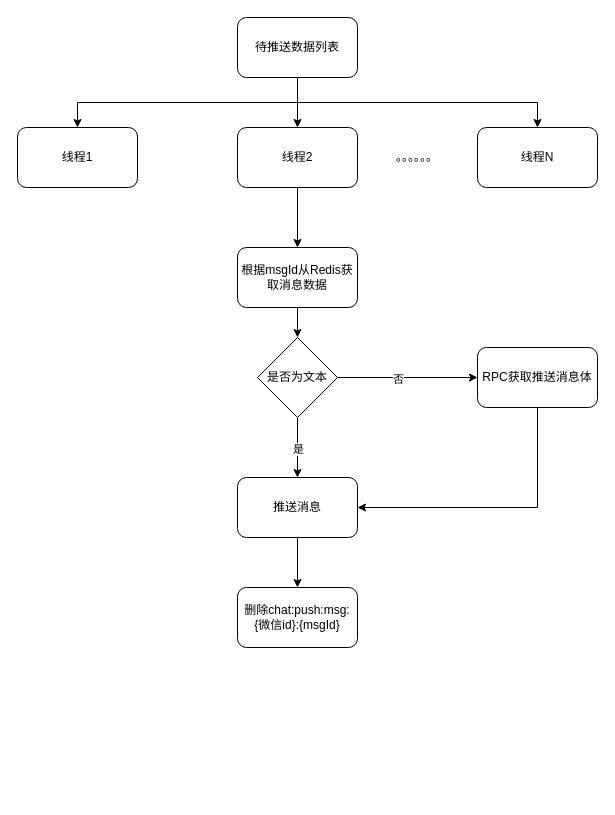
Earlier version of the draw.io diagram miyuan/推送流程.drawio (smallleaf/draw.io). Source tidied: cells renumbered, new cells numbered last; positions are measured from the earlier drawing's top-left corner, leaving out a move shared by most shapes. Both pictures are drawn from the tidied source at 100%, with x=0, y=0 at pixel (17, 17).
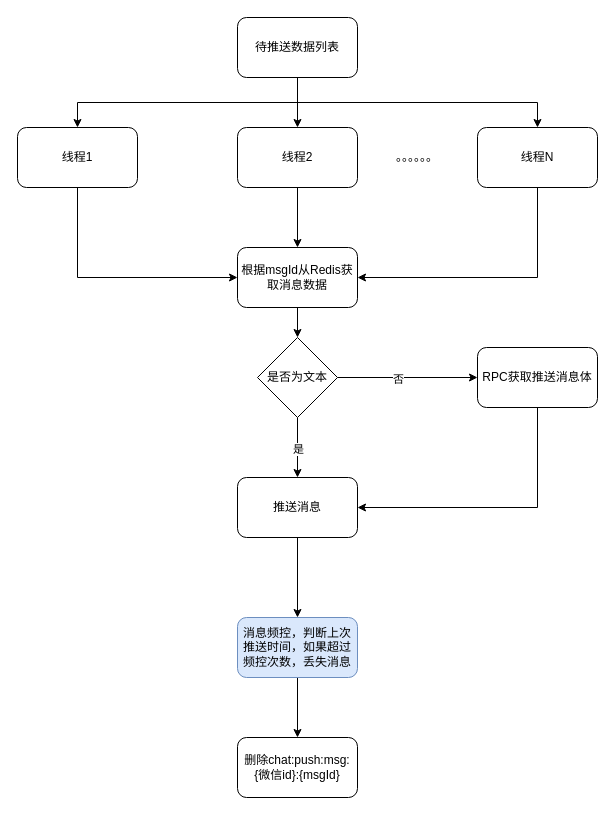
After the change.

Commit message:
更新推送流程.drawio

The change refers to these unchanged cells:
```xml
<mxCell id="6" value="线程1" style="rounded=1;whiteSpace=wrap;html=1;" parent="1" vertex="1">
  <mxGeometry y="110" width="120" height="60" as="geometry" />
</mxCell>
<mxCell id="9" value="线程N" style="rounded=1;whiteSpace=wrap;html=1;" parent="1" vertex="1">
  <mxGeometry x="460" y="110" width="120" height="60" as="geometry" />
</mxCell>
<mxCell id="12" value="根据msgId从Redis获取消息数据" style="rounded=1;whiteSpace=wrap;html=1;" parent="1" vertex="1">
  <mxGeometry x="220" y="230" width="120" height="60" as="geometry" />
</mxCell>
<mxCell id="21" value="推送消息" style="rounded=1;whiteSpace=wrap;html=1;" parent="1" vertex="1">
  <mxGeometry x="220" y="460" width="120" height="60" as="geometry" />
</mxCell>
```

What changed in the source:
```diff
@@
+    <mxCell id="23" style="edgeStyle=orthogonalEdgeStyle;rounded=0;jettySize=auto;html=1;exitX=0.5;exitY=1;exitDx=0;exitDy=0;entryX=0;entryY=0.5;entryDx=0;entryDy=0;" parent="1" edge="1" source="6" target="12">
+      <mxGeometry relative="1" as="geometry" />
+    </mxCell>
@@
+    <mxCell id="24" style="edgeStyle=orthogonalEdgeStyle;rounded=0;jettySize=auto;html=1;exitX=0.5;exitY=1;exitDx=0;exitDy=0;entryX=1;entryY=0.5;entryDx=0;entryDy=0;" parent="1" edge="1" source="9" target="12">
+      <mxGeometry relative="1" as="geometry" />
+    </mxCell>
@@
-    <mxCell id="20" style="edgeStyle=orthogonalEdgeStyle;rounded=0;jettySize=auto;html=1;" parent="1" edge="1" source="21" target="22">
-      <mxGeometry relative="1" as="geometry" />
-    </mxCell>
+    <mxCell id="25" style="edgeStyle=orthogonalEdgeStyle;rounded=0;jettySize=auto;html=1;" parent="1" edge="1" source="21" target="27">
+      <mxGeometry relative="1" as="geometry" />
+    </mxCell>
@@
     <mxCell id="22" value="删除chat:push:msg:{微信id}:{msgId}" style="rounded=1;whiteSpace=wrap;html=1;" parent="1" vertex="1">
-      <mxGeometry x="220" y="570" width="120" height="60" as="geometry" />
+      <mxGeometry x="220" y="720" width="120" height="60" as="geometry" />
     </mxCell>
+    <mxCell id="26" style="edgeStyle=orthogonalEdgeStyle;rounded=0;jettySize=auto;html=1;exitX=0.5;exitY=1;exitDx=0;exitDy=0;" parent="1" edge="1" source="27" target="22">
+      <mxGeometry relative="1" as="geometry" />
+    </mxCell>
+    <mxCell id="27" value="消息频控，判断上次推送时间，如果超过频控次数，丢失消息" style="rounded=1;whiteSpace=wrap;html=1;fillColor=#dae8fc;strokeColor=#6c8ebf;" parent="1" vertex="1">
+      <mxGeometry x="220" y="600" width="120" height="60" as="geometry" />
+    </mxCell>
```
